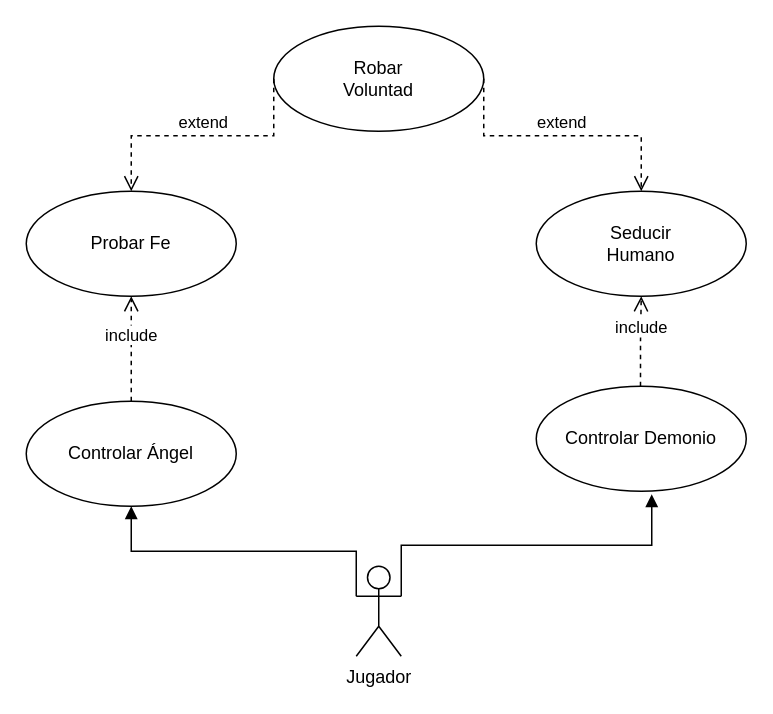
The draw.io diagram casos_uso_req2.drawio in HimarRH/ActividadesEntornos, before the edit. Source tidied: cells renumbered, new cells numbered last; positions are measured from the earlier drawing's top-left corner, leaving out a move shared by most shapes. Both pictures are drawn from the tidied source at 150%, with x=0, y=0 at pixel (26, 26).
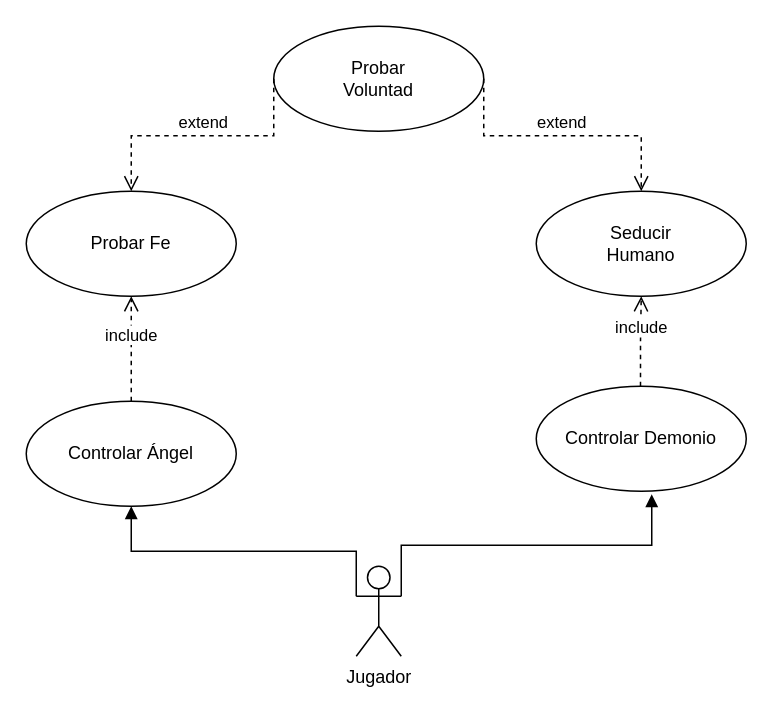
The same diagram, later.

What changed in the source:
```diff
@@
 <mxGraphModel>
   <root>
     <mxCell id="0" />
     <mxCell id="1" parent="0" />
     <mxCell id="2" value="Jugador" style="shape=umlActor;verticalLabelPosition=bottom;verticalAlign=top;html=1;outlineConnect=0;" parent="1" vertex="1">
       <mxGeometry x="220" y="360" width="30" height="60" as="geometry" />
     </mxCell>
     <mxCell id="3" value="Controlar Ángel" style="ellipse;whiteSpace=wrap;html=1;" parent="1" vertex="1">
       <mxGeometry y="250" width="140" height="70" as="geometry" />
     </mxCell>
     <mxCell id="4" value="Controlar Demonio" style="ellipse;whiteSpace=wrap;html=1;" parent="1" vertex="1">
       <mxGeometry x="340" y="240" width="140" height="70" as="geometry" />
     </mxCell>
     <mxCell id="5" value="Probar Fe" style="ellipse;whiteSpace=wrap;html=1;" parent="1" vertex="1">
       <mxGeometry y="110" width="140" height="70" as="geometry" />
     </mxCell>
     <mxCell id="6" value="&lt;div&gt;Seducir&lt;/div&gt;&lt;div&gt;Humano&lt;br&gt;&lt;/div&gt;" style="ellipse;whiteSpace=wrap;html=1;" parent="1" vertex="1">
       <mxGeometry x="340" y="110" width="140" height="70" as="geometry" />
     </mxCell>
-    <mxCell id="7" value="&lt;div&gt;Robar&lt;/div&gt;&lt;div&gt;Voluntad&lt;br&gt;&lt;/div&gt;" style="ellipse;whiteSpace=wrap;html=1;" parent="1" vertex="1">
+    <mxCell id="7" value="&lt;div&gt;Probar&lt;br&gt;&lt;/div&gt;&lt;div&gt;Voluntad&lt;br&gt;&lt;/div&gt;" style="ellipse;whiteSpace=wrap;html=1;" parent="1" vertex="1">
       <mxGeometry x="165" width="140" height="70" as="geometry" />
     </mxCell>
     <mxCell id="8" value="include" style="html=1;verticalAlign=bottom;endArrow=open;dashed=1;endSize=8;edgeStyle=elbowEdgeStyle;elbow=vertical;curved=0;rounded=0;exitX=0.5;exitY=0;exitDx=0;exitDy=0;entryX=0.5;entryY=1;entryDx=0;entryDy=0;" parent="1" edge="1" source="3" target="5">
       <mxGeometry relative="1" as="geometry" />
     </mxCell>
     <mxCell id="9" value="include" style="html=1;verticalAlign=bottom;endArrow=open;dashed=1;endSize=8;edgeStyle=elbowEdgeStyle;elbow=vertical;curved=0;rounded=0;exitX=0.5;exitY=0;exitDx=0;exitDy=0;" parent="1" edge="1">
       <mxGeometry relative="1" as="geometry">
         <mxPoint x="409.5" y="240" as="sourcePoint" />
         <mxPoint x="410" y="180" as="targetPoint" />
       </mxGeometry>
     </mxCell>
     <mxCell id="10" style="html=1;verticalAlign=bottom;endArrow=block;edgeStyle=elbowEdgeStyle;elbow=vertical;curved=0;rounded=0;exitX=0;exitY=0.3333333333333333;exitDx=0;exitDy=0;exitPerimeter=0;entryX=0.5;entryY=1;entryDx=0;entryDy=0;" parent="1" edge="1" source="2" target="3">
       <mxGeometry relative="1" as="geometry" />
     </mxCell>
     <mxCell id="11" style="html=1;verticalAlign=bottom;endArrow=block;edgeStyle=elbowEdgeStyle;elbow=vertical;curved=0;rounded=0;exitX=1;exitY=0.3333333333333333;exitDx=0;exitDy=0;exitPerimeter=0;entryX=0.55;entryY=1.029;entryDx=0;entryDy=0;entryPerimeter=0;" parent="1" edge="1" source="2" target="4">
       <mxGeometry relative="1" as="geometry" />
     </mxCell>
     <mxCell id="12" value="extend" style="html=1;verticalAlign=bottom;endArrow=open;dashed=1;endSize=8;edgeStyle=elbowEdgeStyle;elbow=vertical;curved=0;rounded=0;exitX=0;exitY=0.5;exitDx=0;exitDy=0;entryX=0.5;entryY=0;entryDx=0;entryDy=0;" parent="1" edge="1" source="7" target="5">
       <mxGeometry relative="1" as="geometry" />
     </mxCell>
     <mxCell id="13" value="extend" style="html=1;verticalAlign=bottom;endArrow=open;dashed=1;endSize=8;edgeStyle=elbowEdgeStyle;elbow=vertical;curved=0;rounded=0;exitX=1;exitY=0.5;exitDx=0;exitDy=0;entryX=0.5;entryY=0;entryDx=0;entryDy=0;" parent="1" edge="1" source="7" target="6">
       <mxGeometry relative="1" as="geometry" />
     </mxCell>
   </root>
 </mxGraphModel>
```
